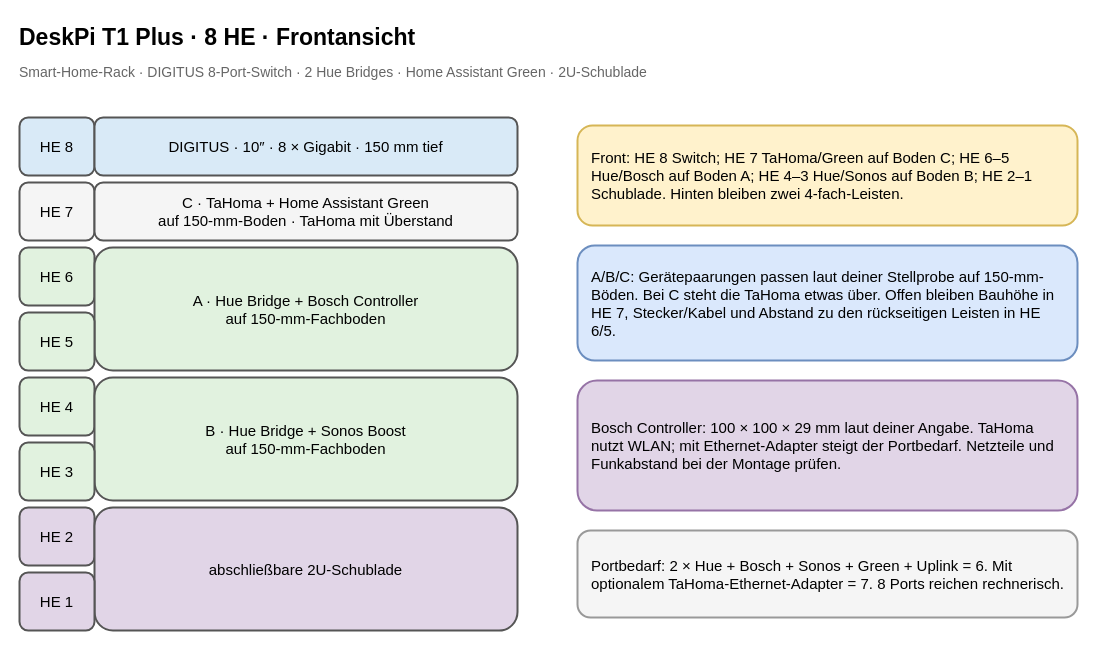
Above: page "DeskPi 8 HE – Front" (1 of 4) of 10-zoll-rack-planung.drawio in tiptronic/diagrams (draw.io), before the change. Source tidied: cells renumbered, new cells numbered last; positions are measured from the earlier drawing's top-left corner, leaving out a move shared by most shapes. Both pictures are drawn from the tidied source at 100%, with x=0, y=0 at pixel (17, 17).
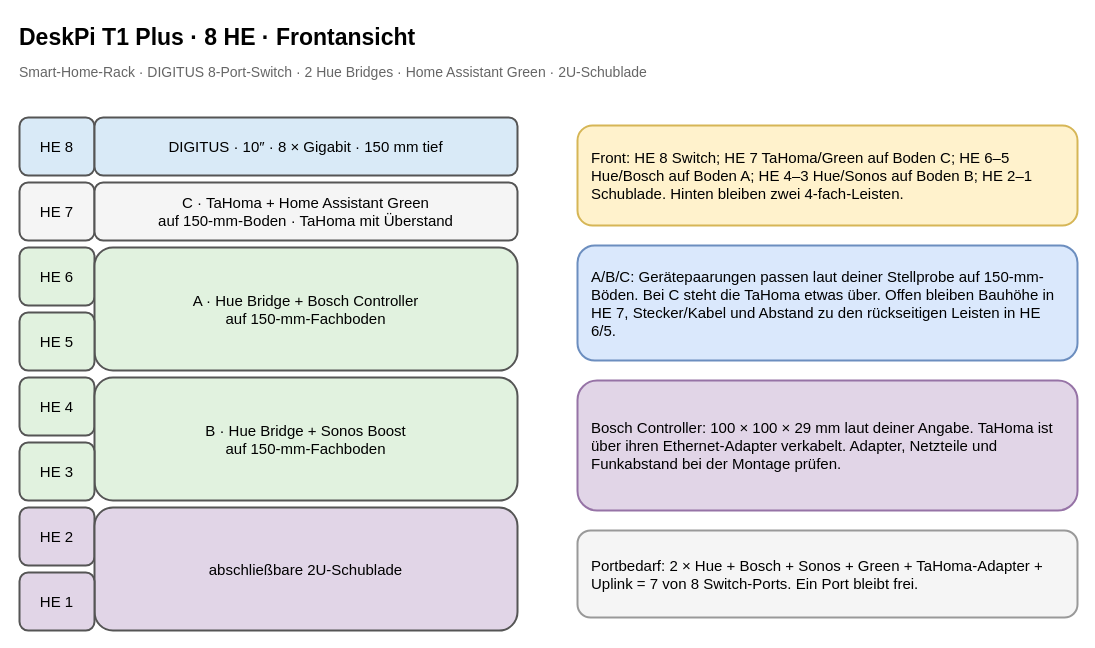
The same page after the edit.

Commit message (it also covers changes not shown here):
Include TaHoma Ethernet adapter in rack plan

Change to the diagram source:
```diff
@@
-    <mxCell id="19" value="Bosch Controller: 100 × 100 × 29 mm laut deiner Angabe. TaHoma nutzt WLAN; mit Ethernet-Adapter steigt der Portbedarf. Netzteile und Funkabstand bei der Montage prüfen." style="rounded=1;whiteSpace=wrap;html=1;align=center;verticalAlign=middle;strokeWidth=2;fontSize=15;align=left;spacing=14;fillColor=#e1d5e7;strokeColor=#9673a6;" parent="1" vertex="1">
+    <mxCell id="19" value="Bosch Controller: 100 × 100 × 29 mm laut deiner Angabe. TaHoma ist über ihren Ethernet-Adapter verkabelt. Adapter, Netzteile und Funkabstand bei der Montage prüfen." style="rounded=1;whiteSpace=wrap;html=1;align=center;verticalAlign=middle;strokeWidth=2;fontSize=15;align=left;spacing=14;fillColor=#e1d5e7;strokeColor=#9673a6;" parent="1" vertex="1">
       <mxGeometry x="560" y="363" width="500" height="130" as="geometry" />
     </mxCell>
-    <mxCell id="20" value="Portbedarf: 2 × Hue + Bosch + Sonos + Green + Uplink = 6. Mit optionalem TaHoma-Ethernet-Adapter = 7. 8 Ports reichen rechnerisch." style="rounded=1;whiteSpace=wrap;html=1;align=center;verticalAlign=middle;strokeWidth=2;fontSize=15;align=left;spacing=14;fillColor=#f5f5f5;strokeColor=#999999;" parent="1" vertex="1">
+    <mxCell id="20" value="Portbedarf: 2 × Hue + Bosch + Sonos + Green + TaHoma-Adapter + Uplink = 7 von 8 Switch-Ports. Ein Port bleibt frei." style="rounded=1;whiteSpace=wrap;html=1;align=center;verticalAlign=middle;strokeWidth=2;fontSize=15;align=left;spacing=14;fillColor=#f5f5f5;strokeColor=#999999;" parent="1" vertex="1">
       <mxGeometry x="560" y="513" width="500" height="87" as="geometry" />
     </mxCell>
```
